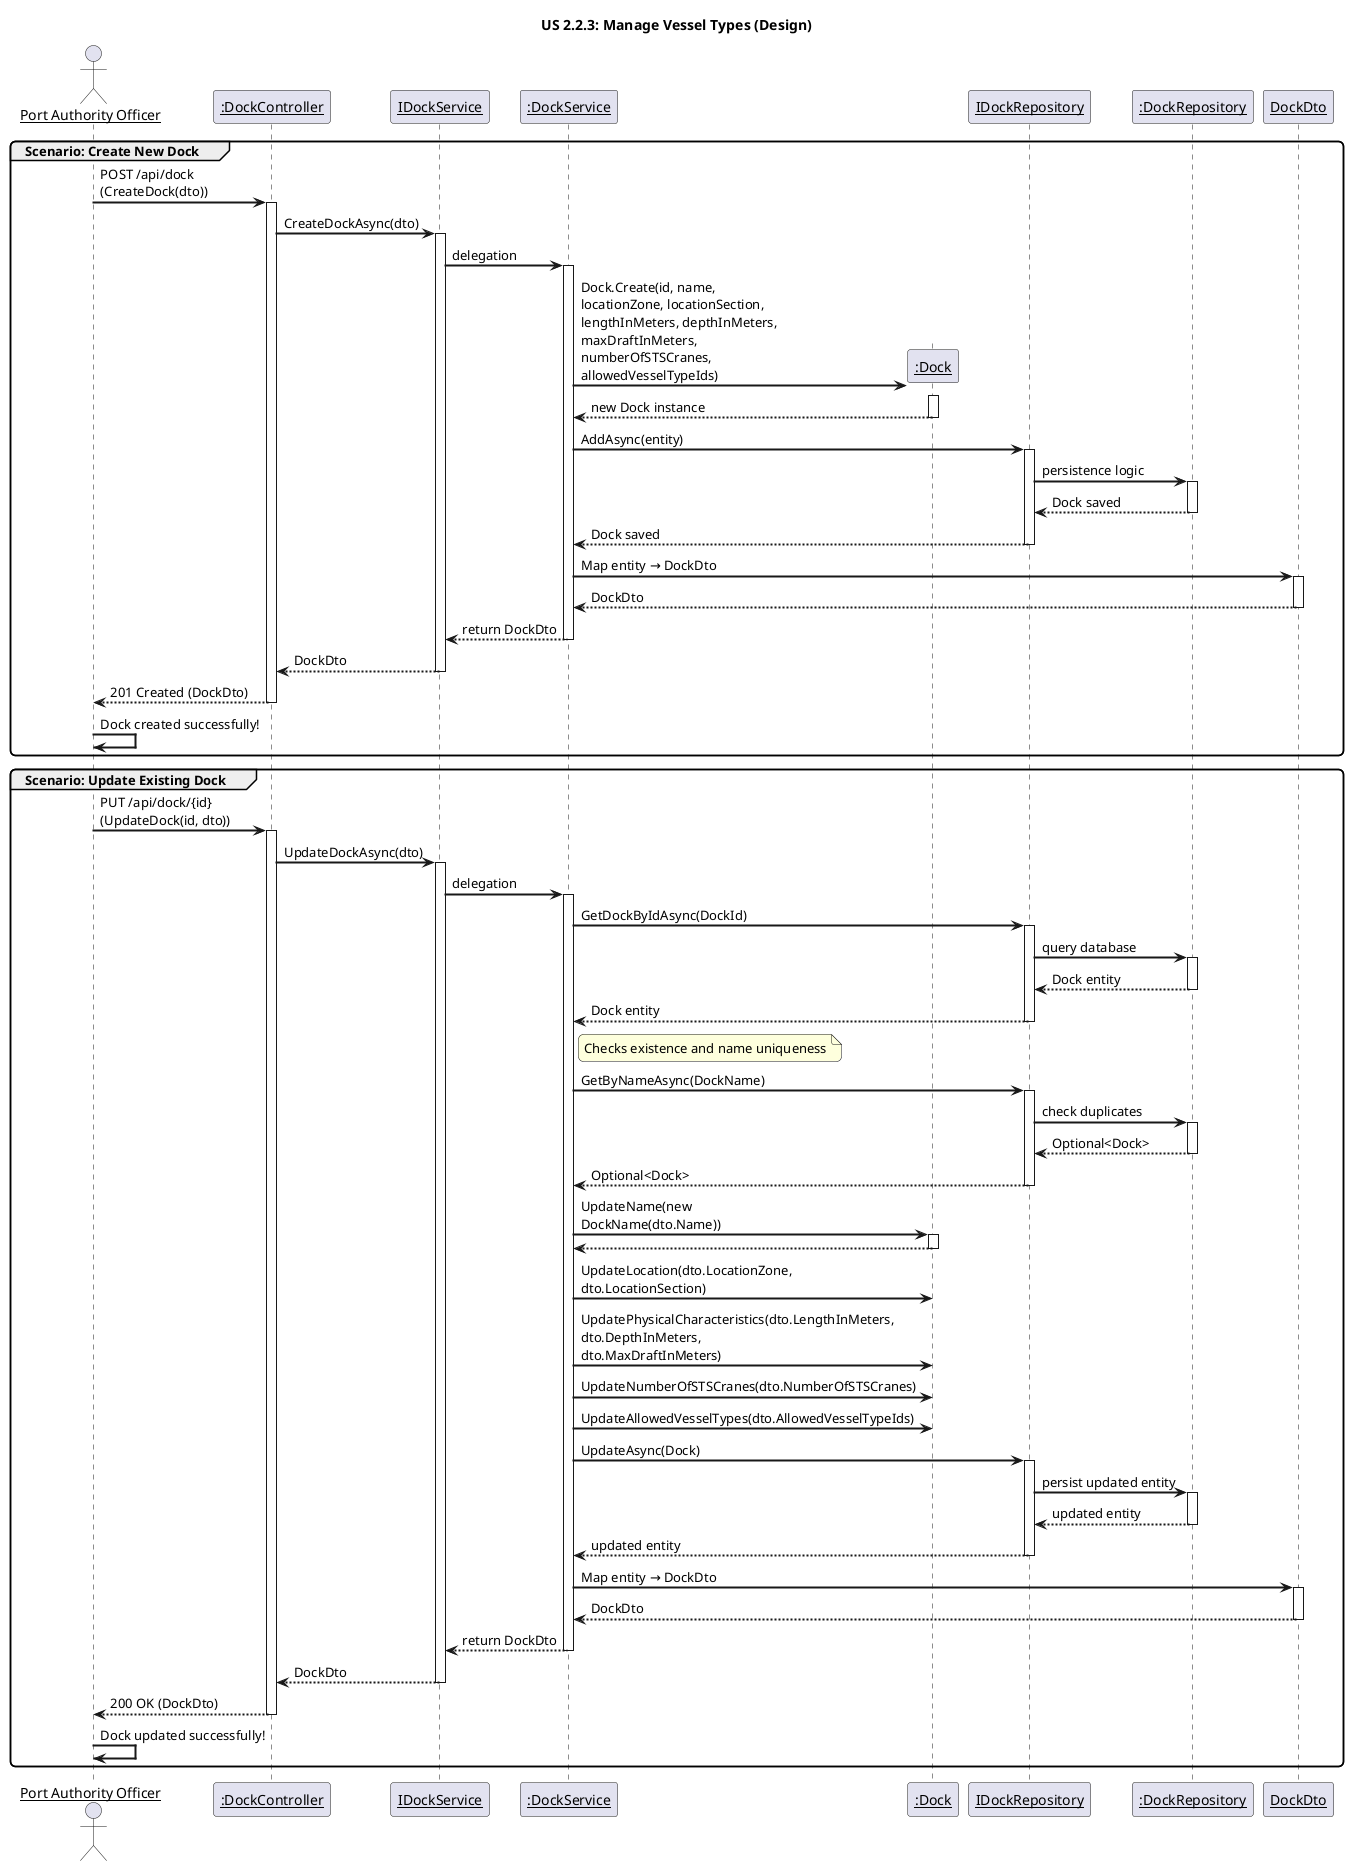
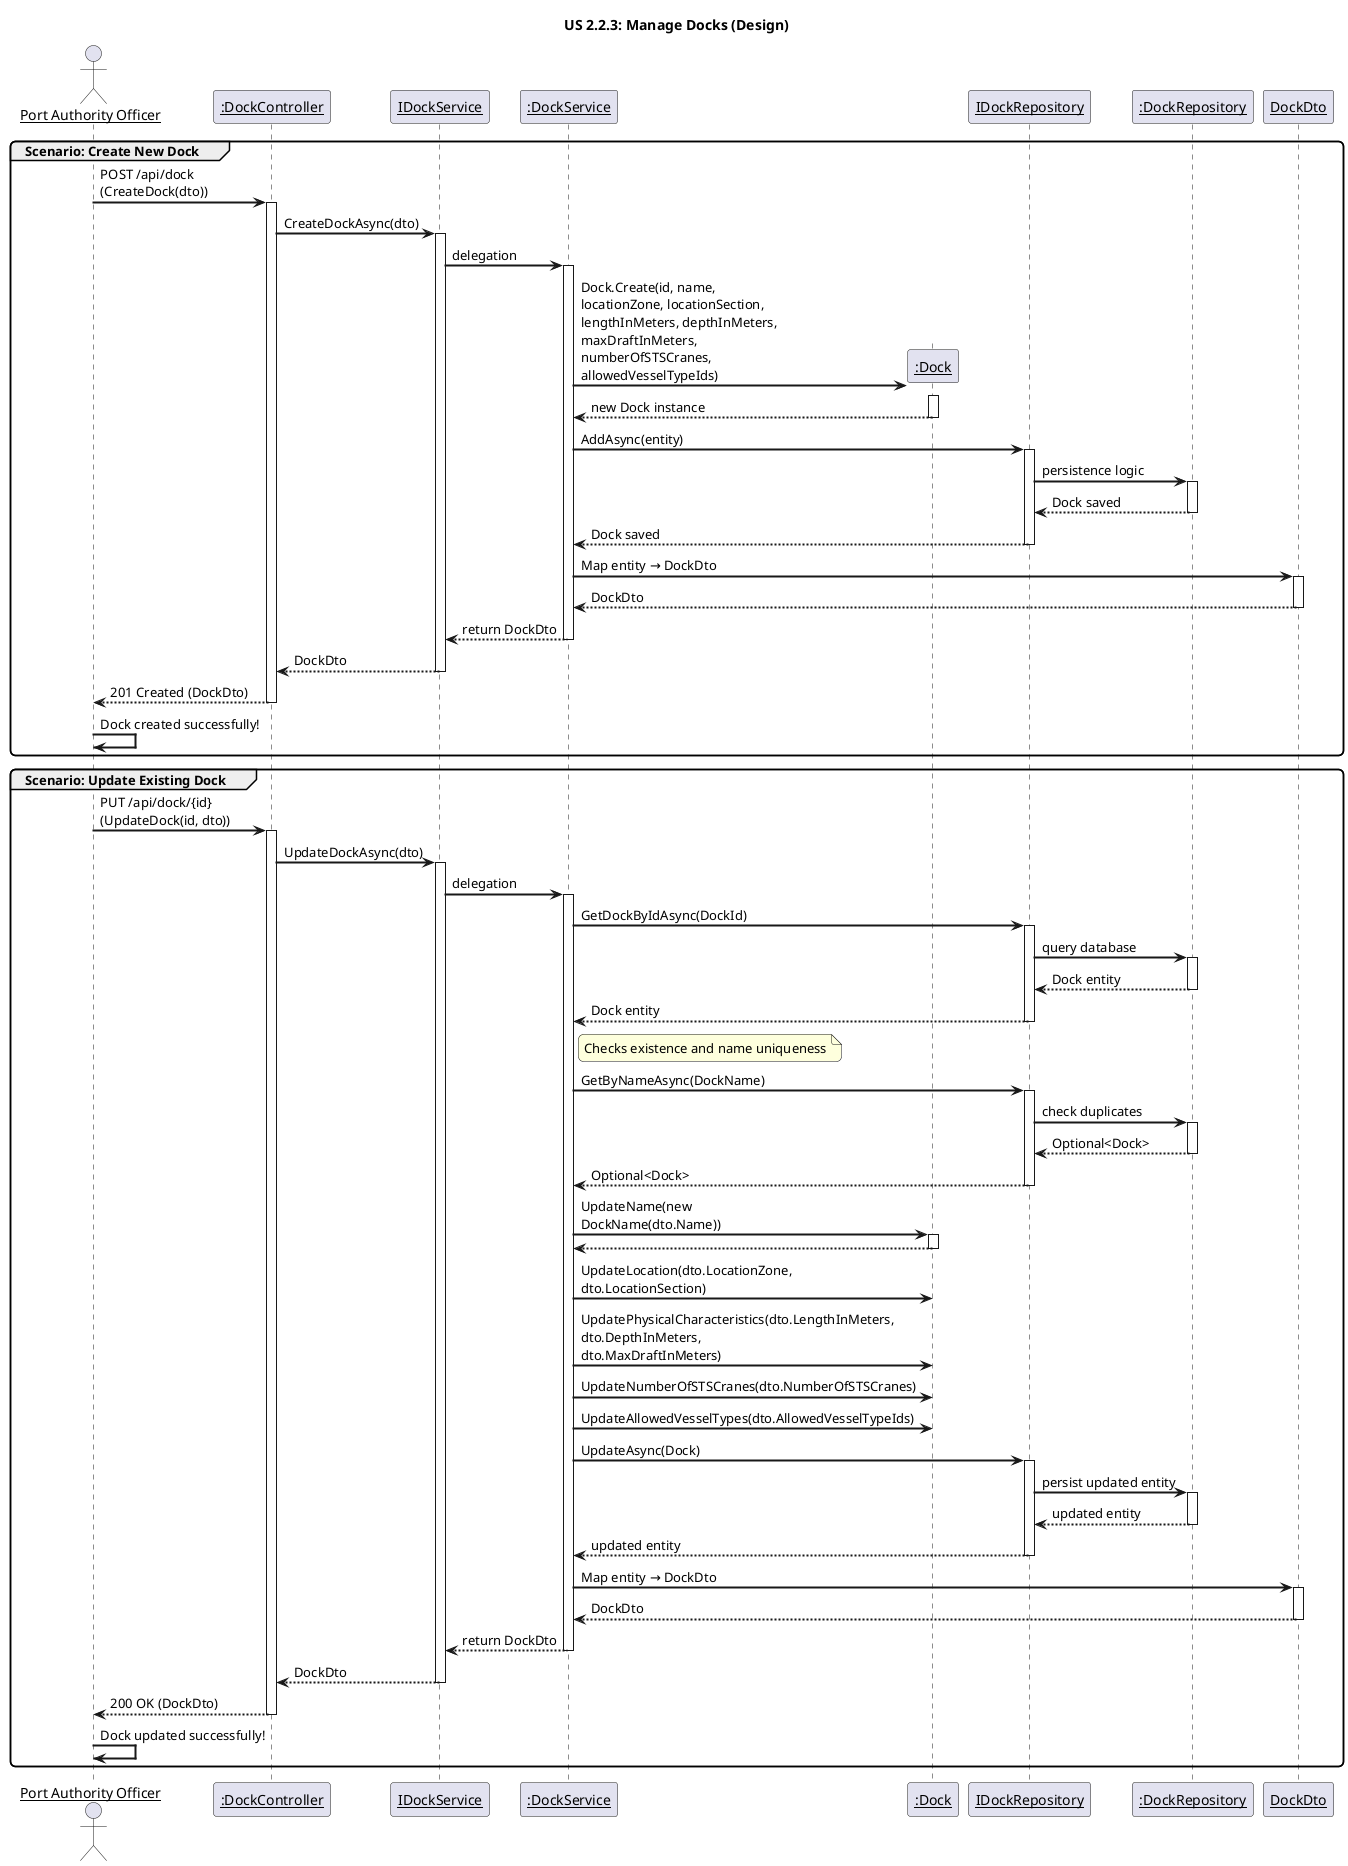
@startuml
- title US 2.2.3: Manage Vessel Types (Design)
+ title US 2.2.3: Manage Docks (Design)

actor "Port Authority Officer" as Admin
participant ":DockController" as Controller
participant "IDockService" as IService
participant ":DockService" as Service
participant ":Dock" as Entity
participant "IDockRepository" as IRepo
participant ":DockRepository" as Repo
participant "DockDto" as Dto

skinparam sequenceArrowThickness 2
skinparam roundcorner 10
skinparam maxmessagesize 200
skinparam sequenceParticipant underline


' --- Scenario 1: Create a New Dock ---
group Scenario: Create New Dock

Admin -> Controller : POST /api/dock\n(CreateDock(dto))
activate Controller

Controller -> IService : CreateDockAsync(dto)
activate IService
IService -> Service : delegation
activate Service

Service -> Entity ** : Dock.Create(id, name, locationZone, locationSection, lengthInMeters, depthInMeters, maxDraftInMeters, numberOfSTSCranes, allowedVesselTypeIds)
activate Entity
Entity --> Service : new Dock instance
deactivate Entity

Service -> IRepo : AddAsync(entity)
activate IRepo
IRepo -> Repo : persistence logic
activate Repo
Repo --> IRepo : Dock saved
deactivate Repo
IRepo --> Service : Dock saved
deactivate IRepo

Service -> Dto : Map entity → DockDto
activate Dto
Dto --> Service : DockDto
deactivate Dto

Service --> IService : return DockDto
deactivate Service
IService --> Controller : DockDto
deactivate IService

Controller --> Admin : 201 Created (DockDto)
deactivate Controller

Admin -> Admin : Dock created successfully!
end


' --- Scenario 2: Update Existing Dock ---
group Scenario: Update Existing Dock

Admin -> Controller : PUT /api/dock/{id}\n(UpdateDock(id, dto))
activate Controller

Controller -> IService : UpdateDockAsync(dto)
activate IService
IService -> Service : delegation
activate Service

Service -> IRepo : GetDockByIdAsync(DockId)
activate IRepo
IRepo -> Repo : query database
activate Repo
Repo --> IRepo : Dock entity
deactivate Repo
IRepo --> Service : Dock entity
deactivate IRepo

note right of Service: Checks existence and name uniqueness

Service -> IRepo : GetByNameAsync(DockName)
activate IRepo
IRepo -> Repo : check duplicates
activate Repo
Repo --> IRepo : Optional<Dock>
deactivate Repo
IRepo --> Service : Optional<Dock>
deactivate IRepo

Service -> Entity : UpdateName(new DockName(dto.Name))
activate Entity
Entity --> Service
deactivate Entity

Service -> Entity : UpdateLocation(dto.LocationZone, dto.LocationSection)
Service -> Entity : UpdatePhysicalCharacteristics(dto.LengthInMeters, dto.DepthInMeters, dto.MaxDraftInMeters)
Service -> Entity : UpdateNumberOfSTSCranes(dto.NumberOfSTSCranes)
Service -> Entity : UpdateAllowedVesselTypes(dto.AllowedVesselTypeIds)

Service -> IRepo : UpdateAsync(Dock)
activate IRepo
IRepo -> Repo : persist updated entity
activate Repo
Repo --> IRepo : updated entity
deactivate Repo
IRepo --> Service : updated entity
deactivate IRepo

Service -> Dto : Map entity → DockDto
activate Dto
Dto --> Service : DockDto
deactivate Dto

Service --> IService : return DockDto
deactivate Service
IService --> Controller : DockDto
deactivate IService

Controller --> Admin : 200 OK (DockDto)
deactivate Controller

Admin -> Admin : Dock updated successfully!
end

@enduml
